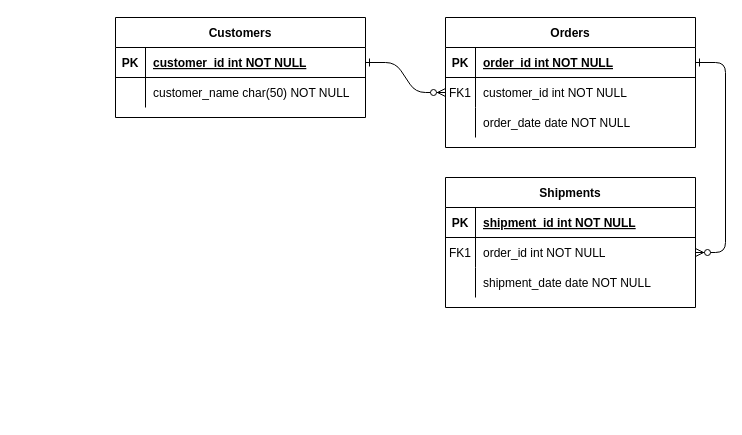
Above: src/main/animals_db.drawio in Mortimer08/Specialisation (draw.io), before the change. Source tidied: cells renumbered, new cells numbered last; positions are measured from the earlier drawing's top-left corner, leaving out a move shared by most shapes. Both pictures are drawn from the tidied source at 100%, with x=0, y=0 at pixel (115, 17).
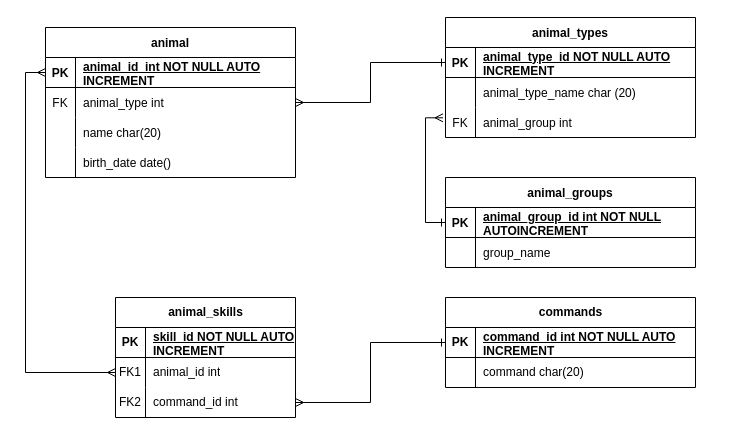
After the change.

The change refers to these unchanged cells:
```xml
<mxCell id="5" style="shape=partialRectangle;fillColor=none;points=[[0,0.5],[1,0.5]];portConstraint=eastwest;top=0;left=0;right=0;bottom=1;" parent="4" vertex="1">
  <mxGeometry y="30" width="250" height="30" as="geometry" />
</mxCell>
<mxCell id="8" style="shape=partialRectangle;fillColor=none;points=[[0,0.5],[1,0.5]];portConstraint=eastwest;top=0;left=0;right=0;bottom=0;" parent="4" vertex="1">
  <mxGeometry y="60" width="250" height="30" as="geometry" />
</mxCell>
<mxCell id="11" style="shape=partialRectangle;fillColor=none;points=[[0,0.5],[1,0.5]];portConstraint=eastwest;top=0;left=0;right=0;bottom=0;" parent="4" vertex="1">
  <mxGeometry y="90" width="250" height="30" as="geometry" />
</mxCell>
<mxCell id="15" style="shape=partialRectangle;fillColor=none;points=[[0,0.5],[1,0.5]];portConstraint=eastwest;top=0;left=0;right=0;bottom=1;" parent="14" vertex="1">
  <mxGeometry y="30" width="250" height="30" as="geometry" />
</mxCell>
<mxCell id="18" style="shape=partialRectangle;fillColor=none;points=[[0,0.5],[1,0.5]];portConstraint=eastwest;top=0;left=0;right=0;bottom=0;" parent="14" vertex="1">
  <mxGeometry y="60" width="250" height="30" as="geometry" />
</mxCell>
<mxCell id="25" style="shape=partialRectangle;fillColor=none;points=[[0,0.5],[1,0.5]];portConstraint=eastwest;top=0;left=0;right=0;bottom=1;" parent="24" vertex="1">
  <mxGeometry y="30" width="250" height="30" as="geometry" />
</mxCell>
<mxCell id="28" style="shape=partialRectangle;fillColor=none;points=[[0,0.5],[1,0.5]];portConstraint=eastwest;top=0;left=0;right=0;bottom=0;" parent="24" vertex="1">
  <mxGeometry y="60" width="250" height="30" as="geometry" />
</mxCell>
```

Diff of the diagram source:
```diff
@@
-    <mxCell id="2" style="edgeStyle=entityRelationEdgeStyle;endArrow=ERzeroToMany;startArrow=ERone;endFill=1;startFill=0;" parent="1" edge="1" source="25" target="8">
-      <mxGeometry relative="1" as="geometry" />
-    </mxCell>
-    <mxCell id="3" style="edgeStyle=entityRelationEdgeStyle;endArrow=ERzeroToMany;startArrow=ERone;endFill=1;startFill=0;" parent="1" edge="1" source="5" target="18">
-      <mxGeometry relative="1" as="geometry" />
-    </mxCell>
-    <mxCell id="4" value="Orders" style="shape=table;startSize=30;childLayout=tableLayout;rowLines=0;fontStyle=1;align=center;" parent="1" vertex="1">
-      <mxGeometry x="330" width="250" height="130" as="geometry" />
+    <mxCell id="4" value="animal_types" style="shape=table;startSize=30;childLayout=tableLayout;rowLines=0;fontStyle=1;align=center;fillColor=none;" parent="1" vertex="1">
+      <mxGeometry x="330" width="250" height="120" as="geometry" />
     </mxCell>
@@
-    <mxCell id="7" value="order_id int NOT NULL " style="shape=partialRectangle;overflow=hidden;fillColor=none;top=0;left=0;bottom=0;right=0;align=left;spacingLeft=6;fontStyle=5;" parent="5" vertex="1">
+    <mxCell id="7" value="animal_type_id NOT NULL AUTO INCREMENT" style="shape=partialRectangle;overflow=hidden;fillColor=none;top=0;left=0;bottom=0;right=0;align=left;spacingLeft=6;fontStyle=5;whiteSpace=wrap;" parent="5" vertex="1">
       <mxGeometry x="30" width="220" height="30" as="geometry" />
     </mxCell>
@@
-    <mxCell id="9" value="FK1" style="shape=partialRectangle;overflow=hidden;fillColor=none;top=0;left=0;bottom=0;right=0;" parent="8" vertex="1">
+    <mxCell id="9" style="shape=partialRectangle;overflow=hidden;fillColor=none;top=0;left=0;bottom=0;right=0;" parent="8" vertex="1">
       <mxGeometry width="30" height="30" as="geometry" />
     </mxCell>
-    <mxCell id="10" value="customer_id int NOT NULL" style="shape=partialRectangle;overflow=hidden;fillColor=none;top=0;left=0;bottom=0;right=0;align=left;spacingLeft=6;" parent="8" vertex="1">
+    <mxCell id="10" value="animal_type_name char (20)" style="shape=partialRectangle;overflow=hidden;fillColor=none;top=0;left=0;bottom=0;right=0;align=left;spacingLeft=6;" parent="8" vertex="1">
       <mxGeometry x="30" width="220" height="30" as="geometry" />
     </mxCell>
@@
-    <mxCell id="12" style="shape=partialRectangle;overflow=hidden;fillColor=none;top=0;left=0;bottom=0;right=0;" parent="11" vertex="1">
+    <mxCell id="12" value="FK" style="shape=partialRectangle;overflow=hidden;fillColor=none;top=0;left=0;bottom=0;right=0;" parent="11" vertex="1">
       <mxGeometry width="30" height="30" as="geometry" />
     </mxCell>
-    <mxCell id="13" value="order_date date NOT NULL" style="shape=partialRectangle;overflow=hidden;fillColor=none;top=0;left=0;bottom=0;right=0;align=left;spacingLeft=6;" parent="11" vertex="1">
+    <mxCell id="13" value="animal_group int" style="shape=partialRectangle;overflow=hidden;fillColor=none;top=0;left=0;bottom=0;right=0;align=left;spacingLeft=6;" parent="11" vertex="1">
       <mxGeometry x="30" width="220" height="30" as="geometry" />
     </mxCell>
-    <mxCell id="14" value="Shipments" style="shape=table;startSize=30;childLayout=tableLayout;rowLines=0;fontStyle=1;align=center;" parent="1" vertex="1">
-      <mxGeometry x="330" y="160" width="250" height="130" as="geometry" />
+    <mxCell id="14" value="animal_groups" style="shape=table;startSize=30;childLayout=tableLayout;rowLines=0;fontStyle=1;align=center;fillColor=none;" parent="1" vertex="1">
+      <mxGeometry x="330" y="160" width="250" height="90" as="geometry" />
     </mxCell>
@@
-    <mxCell id="17" value="shipment_id int NOT NULL " style="shape=partialRectangle;overflow=hidden;fillColor=none;top=0;left=0;bottom=0;right=0;align=left;spacingLeft=6;fontStyle=5;" parent="15" vertex="1">
+    <mxCell id="17" value="animal_group_id int NOT NULL AUTOINCREMENT" style="shape=partialRectangle;overflow=hidden;fillColor=none;top=0;left=0;bottom=0;right=0;align=left;spacingLeft=6;fontStyle=5;whiteSpace=wrap;" parent="15" vertex="1">
       <mxGeometry x="30" width="220" height="30" as="geometry" />
     </mxCell>
@@
-    <mxCell id="19" value="FK1" style="shape=partialRectangle;overflow=hidden;fillColor=none;top=0;left=0;bottom=0;right=0;" parent="18" vertex="1">
+    <mxCell id="19" style="shape=partialRectangle;overflow=hidden;fillColor=none;top=0;left=0;bottom=0;right=0;" parent="18" vertex="1">
       <mxGeometry width="30" height="30" as="geometry" />
     </mxCell>
-    <mxCell id="20" value="order_id int NOT NULL" style="shape=partialRectangle;overflow=hidden;fillColor=none;top=0;left=0;bottom=0;right=0;align=left;spacingLeft=6;" parent="18" vertex="1">
+    <mxCell id="20" value="group_name" style="shape=partialRectangle;overflow=hidden;fillColor=none;top=0;left=0;bottom=0;right=0;align=left;spacingLeft=6;" parent="18" vertex="1">
       <mxGeometry x="30" width="220" height="30" as="geometry" />
     </mxCell>
-    <mxCell id="21" style="shape=partialRectangle;fillColor=none;top=0;left=0;right=0;bottom=0;" parent="14" vertex="1">
-      <mxGeometry y="90" width="250" height="30" as="geometry" />
-    </mxCell>
-    <mxCell id="22" style="shape=partialRectangle;overflow=hidden;fillColor=none;top=0;left=0;bottom=0;right=0;" parent="21" vertex="1">
-      <mxGeometry width="30" height="30" as="geometry" />
-    </mxCell>
-    <mxCell id="23" value="shipment_date date NOT NULL" style="shape=partialRectangle;overflow=hidden;fillColor=none;top=0;left=0;bottom=0;right=0;align=left;spacingLeft=6;" parent="21" vertex="1">
-      <mxGeometry x="30" width="220" height="30" as="geometry" />
-    </mxCell>
-    <mxCell id="24" value="Customers" style="shape=table;startSize=30;childLayout=tableLayout;rowLines=0;fontStyle=1;align=center;" parent="1" vertex="1">
-      <mxGeometry width="250" height="100" as="geometry" />
+    <mxCell id="24" value="animal" style="shape=table;startSize=30;childLayout=tableLayout;rowLines=0;fontStyle=1;align=center;fillColor=none;" parent="1" vertex="1">
+      <mxGeometry x="-70" y="10" width="250" height="150" as="geometry" />
     </mxCell>
@@
-    <mxCell id="27" value="customer_id int NOT NULL " style="shape=partialRectangle;overflow=hidden;fillColor=none;top=0;left=0;bottom=0;right=0;align=left;spacingLeft=6;fontStyle=5;" parent="25" vertex="1">
+    <mxCell id="27" value="animal_id_int NOT NULL AUTO INCREMENT" style="shape=partialRectangle;overflow=hidden;fillColor=none;top=0;left=0;bottom=0;right=0;align=left;spacingLeft=6;fontStyle=5;whiteSpace=wrap;" parent="25" vertex="1">
       <mxGeometry x="30" width="220" height="30" as="geometry" />
     </mxCell>
@@
-    <mxCell id="29" style="shape=partialRectangle;overflow=hidden;fillColor=none;top=0;left=0;bottom=0;right=0;" parent="28" vertex="1">
+    <mxCell id="29" value="FK" style="shape=partialRectangle;overflow=hidden;fillColor=none;top=0;left=0;bottom=0;right=0;" parent="28" vertex="1">
       <mxGeometry width="30" height="30" as="geometry" />
     </mxCell>
-    <mxCell id="30" value="customer_name char(50) NOT NULL" style="shape=partialRectangle;overflow=hidden;fillColor=none;top=0;left=0;bottom=0;right=0;align=left;spacingLeft=6;" parent="28" vertex="1">
+    <mxCell id="30" value="animal_type int" style="shape=partialRectangle;overflow=hidden;fillColor=none;top=0;left=0;bottom=0;right=0;align=left;spacingLeft=6;" parent="28" vertex="1">
       <mxGeometry x="30" width="220" height="30" as="geometry" />
     </mxCell>
+    <mxCell id="31" style="shape=tableRow;horizontal=0;startSize=0;swimlaneHead=0;swimlaneBody=0;fillColor=none;top=0;left=0;right=0;bottom=0;" parent="24" vertex="1">
+      <mxGeometry y="90" width="250" height="30" as="geometry" />
+    </mxCell>
+    <mxCell id="32" style="shape=partialRectangle;fillColor=none;top=0;left=0;bottom=0;right=0;overflow=hidden;" parent="31" vertex="1">
+      <mxGeometry width="30" height="30" as="geometry" />
+    </mxCell>
+    <mxCell id="33" value="name char(20)" style="shape=partialRectangle;fillColor=none;top=0;left=0;bottom=0;right=0;align=left;spacingLeft=6;overflow=hidden;" parent="31" vertex="1">
+      <mxGeometry x="30" width="220" height="30" as="geometry" />
+    </mxCell>
+    <mxCell id="34" style="shape=tableRow;horizontal=0;startSize=0;swimlaneHead=0;swimlaneBody=0;fillColor=none;top=0;left=0;right=0;bottom=0;" parent="24" vertex="1">
+      <mxGeometry y="120" width="250" height="30" as="geometry" />
+    </mxCell>
+    <mxCell id="35" style="shape=partialRectangle;fillColor=none;top=0;left=0;bottom=0;right=0;overflow=hidden;" parent="34" vertex="1">
+      <mxGeometry width="30" height="30" as="geometry" />
+    </mxCell>
+    <mxCell id="36" value="birth_date date()" style="shape=partialRectangle;fillColor=none;top=0;left=0;bottom=0;right=0;align=left;spacingLeft=6;overflow=hidden;" parent="34" vertex="1">
+      <mxGeometry x="30" width="220" height="30" as="geometry" />
+    </mxCell>
+    <mxCell id="37" value="commands" style="shape=table;startSize=30;childLayout=tableLayout;rowLines=0;fontStyle=1;align=center;html=1;fillColor=none;" parent="1" vertex="1">
+      <mxGeometry x="330" y="280" width="250" height="90" as="geometry" />
+    </mxCell>
+    <mxCell id="38" style="shape=tableRow;horizontal=0;startSize=0;swimlaneHead=0;swimlaneBody=0;fillColor=none;points=[[0,0.5],[1,0.5]];portConstraint=eastwest;top=0;left=0;right=0;bottom=1;" parent="37" vertex="1">
+      <mxGeometry y="30" width="250" height="30" as="geometry" />
+    </mxCell>
+    <mxCell id="39" value="PK" style="shape=partialRectangle;fillColor=none;top=0;left=0;bottom=0;right=0;fontStyle=1;overflow=hidden;whiteSpace=wrap;html=1;" parent="38" vertex="1">
+      <mxGeometry width="30" height="30" as="geometry" />
+    </mxCell>
+    <mxCell id="40" value="command_id int NOT NULL AUTO INCREMENT" style="shape=partialRectangle;fillColor=none;top=0;left=0;bottom=0;right=0;align=left;spacingLeft=6;fontStyle=5;overflow=hidden;whiteSpace=wrap;html=1;" parent="38" vertex="1">
+      <mxGeometry x="30" width="220" height="30" as="geometry" />
+    </mxCell>
+    <mxCell id="41" style="shape=tableRow;horizontal=0;startSize=0;swimlaneHead=0;swimlaneBody=0;fillColor=none;top=0;left=0;right=0;bottom=0;" parent="37" vertex="1">
+      <mxGeometry y="60" width="250" height="30" as="geometry" />
+    </mxCell>
+    <mxCell id="42" style="shape=partialRectangle;fillColor=none;top=0;left=0;bottom=0;right=0;overflow=hidden;whiteSpace=wrap;html=1;" parent="41" vertex="1">
+      <mxGeometry width="30" height="30" as="geometry" />
+    </mxCell>
+    <mxCell id="43" value="command char(20)" style="shape=partialRectangle;fillColor=none;top=0;left=0;bottom=0;right=0;align=left;spacingLeft=6;overflow=hidden;whiteSpace=wrap;html=1;" parent="41" vertex="1">
+      <mxGeometry x="30" width="220" height="30" as="geometry" />
+    </mxCell>
+    <mxCell id="44" style="edgeStyle=orthogonalEdgeStyle;rounded=0;jettySize=auto;html=1;entryX=0;entryY=0.5;entryDx=0;entryDy=0;startArrow=ERmany;startFill=0;endArrow=ERone;endFill=0;exitX=-0.01;exitY=0.344;exitDx=0;exitDy=0;exitPerimeter=0;" parent="1" edge="1" source="11" target="15">
+      <mxGeometry relative="1" as="geometry" />
+    </mxCell>
+    <mxCell id="45" style="edgeStyle=orthogonalEdgeStyle;rounded=0;jettySize=auto;html=1;exitX=0;exitY=0.5;exitDx=0;exitDy=0;entryX=1;entryY=0.5;entryDx=0;entryDy=0;endArrow=ERmany;endFill=0;startArrow=ERone;startFill=0;" parent="1" edge="1" source="5" target="28">
+      <mxGeometry relative="1" as="geometry" />
+    </mxCell>
+    <mxCell id="46" value="animal_skills" style="shape=table;startSize=30;childLayout=tableLayout;rowLines=0;fontStyle=1;align=center;html=1;fillColor=none;" parent="1" vertex="1">
+      <mxGeometry y="280" width="180" height="120" as="geometry" />
+    </mxCell>
+    <mxCell id="47" style="shape=tableRow;horizontal=0;startSize=0;swimlaneHead=0;swimlaneBody=0;fillColor=none;top=0;left=0;right=0;bottom=1;" parent="46" vertex="1">
+      <mxGeometry y="30" width="180" height="30" as="geometry" />
+    </mxCell>
+    <mxCell id="48" value="PK" style="shape=partialRectangle;fillColor=none;top=0;left=0;bottom=0;right=0;fontStyle=1;overflow=hidden;whiteSpace=wrap;html=1;" parent="47" vertex="1">
+      <mxGeometry width="30" height="30" as="geometry" />
+    </mxCell>
+    <mxCell id="49" value="skill_id NOT NULL AUTO INCREMENT" style="shape=partialRectangle;fillColor=none;top=0;left=0;bottom=0;right=0;align=left;spacingLeft=6;fontStyle=5;overflow=hidden;whiteSpace=wrap;html=1;" parent="47" vertex="1">
+      <mxGeometry x="30" width="150" height="30" as="geometry" />
+    </mxCell>
+    <mxCell id="50" style="shape=tableRow;horizontal=0;startSize=0;swimlaneHead=0;swimlaneBody=0;fillColor=none;points=[[0,0.5],[1,0.5]];portConstraint=eastwest;top=0;left=0;right=0;bottom=0;" parent="46" vertex="1">
+      <mxGeometry y="60" width="180" height="30" as="geometry" />
+    </mxCell>
+    <mxCell id="51" value="FK1" style="shape=partialRectangle;fillColor=none;top=0;left=0;bottom=0;right=0;overflow=hidden;whiteSpace=wrap;html=1;" parent="50" vertex="1">
+      <mxGeometry width="30" height="30" as="geometry" />
+    </mxCell>
+    <mxCell id="52" value="animal_id int" style="shape=partialRectangle;fillColor=none;top=0;left=0;bottom=0;right=0;align=left;spacingLeft=6;overflow=hidden;whiteSpace=wrap;html=1;" parent="50" vertex="1">
+      <mxGeometry x="30" width="150" height="30" as="geometry" />
+    </mxCell>
+    <mxCell id="53" style="shape=tableRow;horizontal=0;startSize=0;swimlaneHead=0;swimlaneBody=0;fillColor=none;points=[[0,0.5],[1,0.5]];portConstraint=eastwest;top=0;left=0;right=0;bottom=0;" parent="46" vertex="1">
+      <mxGeometry y="90" width="180" height="30" as="geometry" />
+    </mxCell>
+    <mxCell id="54" value="FK2" style="shape=partialRectangle;fillColor=none;top=0;left=0;bottom=0;right=0;overflow=hidden;whiteSpace=wrap;html=1;" parent="53" vertex="1">
+      <mxGeometry width="30" height="30" as="geometry" />
+    </mxCell>
+    <mxCell id="55" value="command_id int" style="shape=partialRectangle;fillColor=none;top=0;left=0;bottom=0;right=0;align=left;spacingLeft=6;overflow=hidden;whiteSpace=wrap;html=1;" parent="53" vertex="1">
+      <mxGeometry x="30" width="150" height="30" as="geometry" />
+    </mxCell>
+    <mxCell id="56" style="edgeStyle=orthogonalEdgeStyle;rounded=0;jettySize=auto;html=1;entryX=1;entryY=0.5;entryDx=0;entryDy=0;endArrow=ERmany;endFill=0;startArrow=ERone;startFill=0;" parent="1" edge="1" source="38" target="53">
+      <mxGeometry relative="1" as="geometry" />
+    </mxCell>
+    <mxCell id="57" style="edgeStyle=orthogonalEdgeStyle;rounded=0;jettySize=auto;html=1;entryX=0;entryY=0.5;entryDx=0;entryDy=0;endArrow=ERmany;endFill=0;startArrow=ERmany;startFill=0;exitX=0;exitY=0.5;exitDx=0;exitDy=0;" parent="1" edge="1" source="25" target="50">
+      <mxGeometry relative="1" as="geometry" />
+    </mxCell>
```
